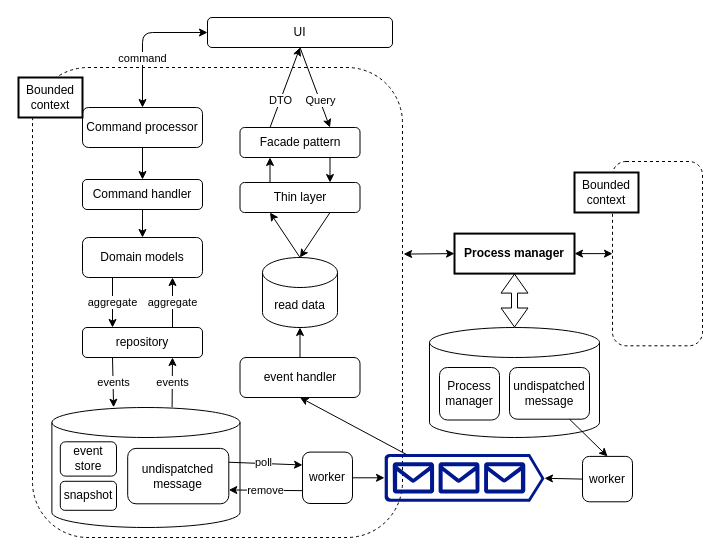
Above: documents/cqrs-es.drawio in lexuantien/amaterasu (draw.io), before the change. Source tidied: cells renumbered, new cells numbered last; positions are measured from the earlier drawing's top-left corner, leaving out a move shared by most shapes. Both pictures are drawn from the tidied source at 100%, with x=0, y=0 at pixel (18, 17).
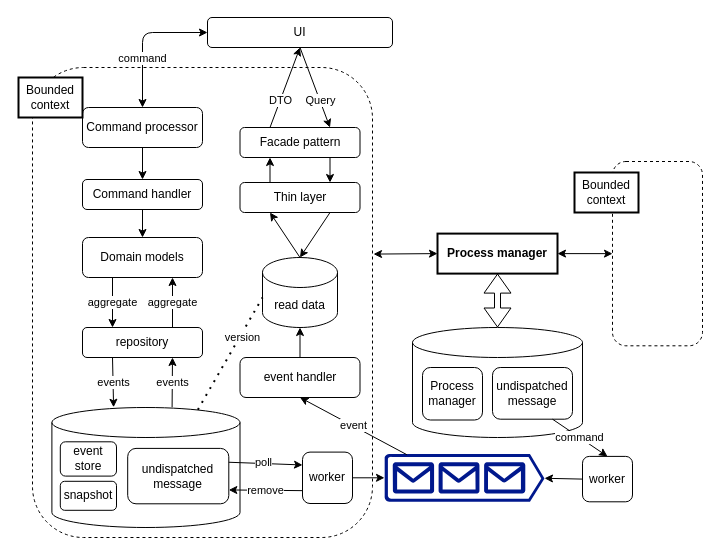
Above is the later version.

Unchanged cells that the change refers to:
```xml
<mxCell id="7" style="shape=cylinder3;whiteSpace=wrap;html=1;boundedLbl=1;backgroundOutline=1;size=15;" parent="6" vertex="1">
  <mxGeometry width="188.1" height="120" as="geometry" />
</mxCell>
<mxCell id="23" value="event handler" style="rounded=1;whiteSpace=wrap;html=1;" parent="1" vertex="1">
  <mxGeometry x="221.5" y="340" width="120" height="40" as="geometry" />
</mxCell>
<mxCell id="34" style="shadow=0;dashed=0;html=1;strokeColor=none;labelPosition=center;verticalLabelPosition=bottom;verticalAlign=top;align=center;fillColor=#00188D;shape=mxgraph.azure.queue_generic;" parent="1" vertex="1">
  <mxGeometry x="366" y="436.3" width="160" height="48" as="geometry" />
</mxCell>
<mxCell id="44" value="undispatched&lt;br&gt;message" style="rounded=1;whiteSpace=wrap;html=1;" parent="42" vertex="1">
  <mxGeometry x="80" y="40" width="80" height="51.7" as="geometry" />
</mxCell>
<mxCell id="47" value="worker" style="rounded=1;whiteSpace=wrap;html=1;" parent="1" vertex="1">
  <mxGeometry x="564" y="438.9" width="50" height="45.4" as="geometry" />
</mxCell>
```

What changed in the source:
```diff
@@
     <mxCell id="2" style="rounded=1;whiteSpace=wrap;html=1;dashed=1;" parent="1" vertex="1">
-      <mxGeometry x="14" y="50" width="370" height="470" as="geometry" />
+      <mxGeometry x="14" y="50" width="340" height="470" as="geometry" />
     </mxCell>
@@
-    <mxCell id="37" style="endArrow=classic;html=1;strokeWidth=1;exitX=0.14;exitY=0.019;exitDx=0;exitDy=0;exitPerimeter=0;entryX=0.5;entryY=1;entryDx=0;entryDy=0;" parent="1" edge="1" source="34" target="23">
+    <mxCell id="37" value="event" style="endArrow=classic;html=1;strokeWidth=1;exitX=0.14;exitY=0.019;exitDx=0;exitDy=0;exitPerimeter=0;entryX=0.5;entryY=1;entryDx=0;entryDy=0;" parent="1" edge="1" source="34" target="23">
       <mxGeometry relative="1" as="geometry" />
     </mxCell>
@@
     <mxCell id="39" value="&lt;b&gt;Process manager&lt;/b&gt;" style="rounded=0;whiteSpace=wrap;html=1;strokeWidth=2;" parent="1" vertex="1">
-      <mxGeometry x="436" y="216.1" width="120" height="40" as="geometry" />
+      <mxGeometry x="419" y="216.1" width="120" height="40" as="geometry" />
     </mxCell>
@@
     <mxCell id="42" style="group;" parent="1" vertex="1">
-      <mxGeometry x="411" y="310" width="170" height="110" as="geometry" />
+      <mxGeometry x="394" y="310" width="170" height="110" as="geometry" />
     </mxCell>
@@
-    <mxCell id="48" style="endArrow=classic;html=1;strokeWidth=1;exitX=0.75;exitY=1;exitDx=0;exitDy=0;entryX=0.5;entryY=0;entryDx=0;entryDy=0;" parent="1" edge="1" source="44" target="47">
+    <mxCell id="48" value="command" style="endArrow=classic;html=1;strokeWidth=1;exitX=0.75;exitY=1;exitDx=0;exitDy=0;entryX=0.5;entryY=0;entryDx=0;entryDy=0;" parent="1" edge="1" source="44" target="47">
       <mxGeometry relative="1" as="geometry" />
     </mxCell>
@@
+    <mxCell id="54" value="version" style="endArrow=none;dashed=1;html=1;dashPattern=1 3;strokeWidth=2;exitX=0.776;exitY=0.018;exitDx=0;exitDy=0;exitPerimeter=0;" parent="1" edge="1" source="7">
+      <mxGeometry x="0.31" y="-3" relative="1" as="geometry">
+        <mxPoint x="244" y="280" as="targetPoint" />
+      </mxGeometry>
+    </mxCell>
```
